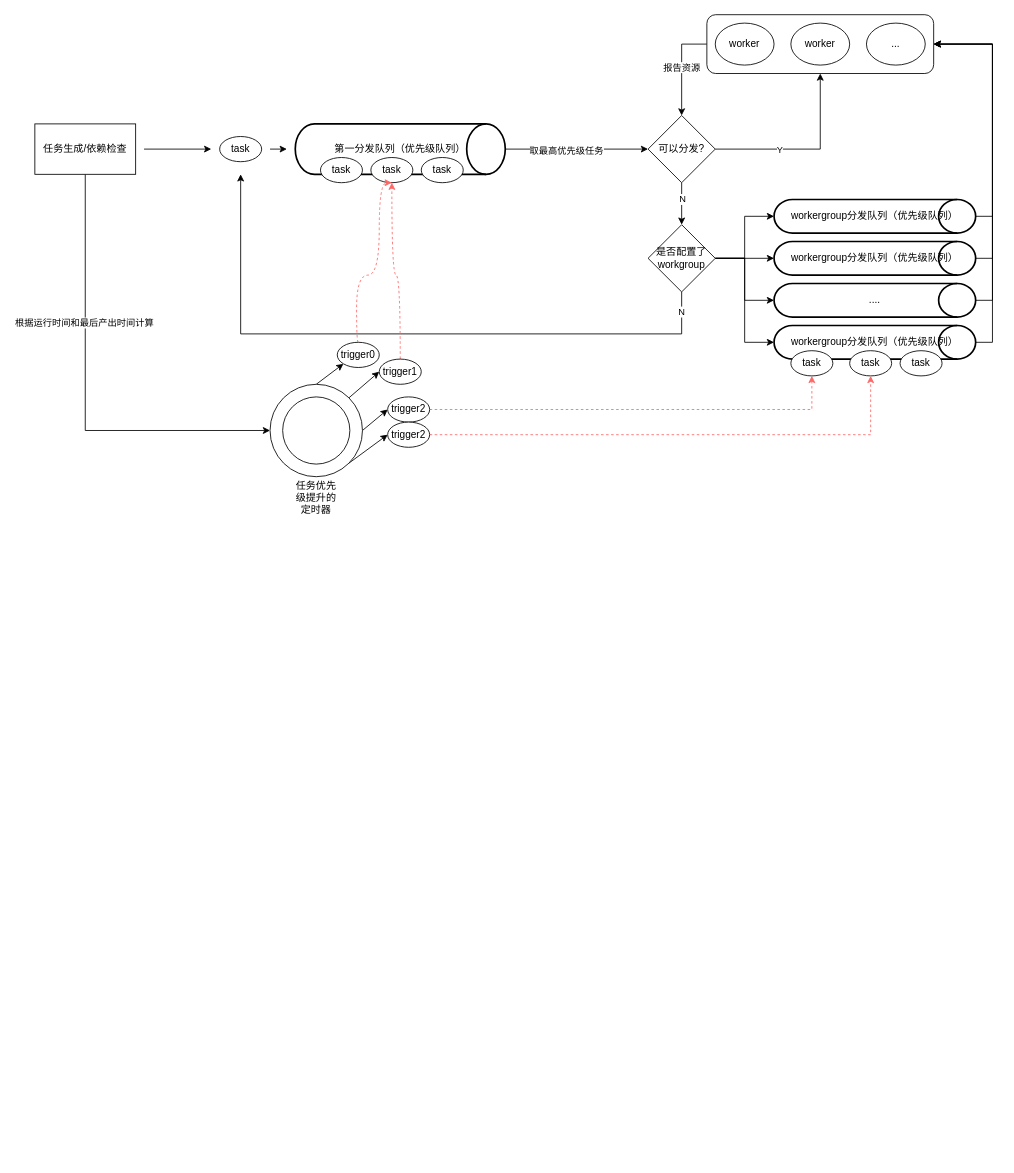
Above: 调度任务优先级.drawio in zhfk/drawo.io.mydiagrams (draw.io), before the change. Source tidied: cells renumbered, new cells numbered last; positions are measured from the earlier drawing's top-left corner, leaving out a move shared by most shapes. Both pictures are drawn from the tidied source at 84%, with x=0, y=0 at pixel (34, 14).
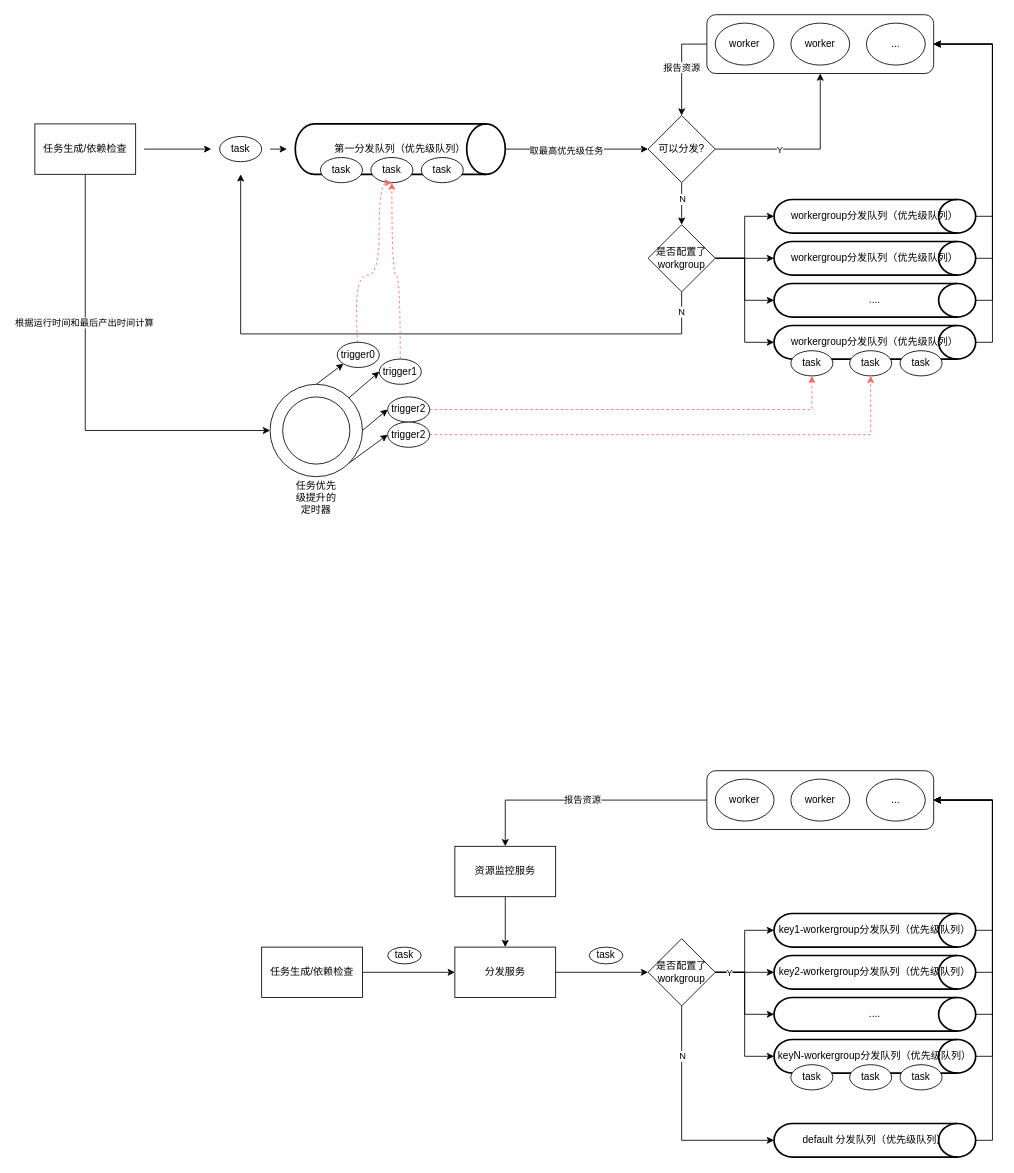
After the change.

Commit message:
更新调度任务优先级.drawio

Change to the diagram source:
```diff
@@
+    <mxCell id="57" value="报告资源" style="edgeStyle=orthogonalEdgeStyle;rounded=0;jettySize=auto;html=1;exitX=0;exitY=0.5;exitDx=0;exitDy=0;entryX=0.5;entryY=0;entryDx=0;entryDy=0;entryPerimeter=0;" parent="1" edge="1" source="58" target="88">
+      <mxGeometry relative="1" as="geometry">
+        <Array as="points">
+          <mxPoint x="560" y="935" />
+        </Array>
+      </mxGeometry>
+    </mxCell>
+    <mxCell id="58" style="rounded=1;whiteSpace=wrap;html=1;" parent="1" vertex="1">
+      <mxGeometry x="800" y="900" width="270" height="70" as="geometry" />
+    </mxCell>
+    <mxCell id="59" value="worker" style="ellipse;whiteSpace=wrap;html=1;" parent="1" vertex="1">
+      <mxGeometry x="810" y="910" width="70" height="50" as="geometry" />
+    </mxCell>
+    <mxCell id="60" value="worker" style="ellipse;whiteSpace=wrap;html=1;" parent="1" vertex="1">
+      <mxGeometry x="900" y="910" width="70" height="50" as="geometry" />
+    </mxCell>
+    <mxCell id="61" value="..." style="ellipse;whiteSpace=wrap;html=1;" parent="1" vertex="1">
+      <mxGeometry x="990" y="910" width="70" height="50" as="geometry" />
+    </mxCell>
+    <mxCell id="62" style="edgeStyle=orthogonalEdgeStyle;rounded=0;jettySize=auto;html=1;exitX=1;exitY=0.5;exitDx=0;exitDy=0;entryX=0;entryY=0.5;entryDx=0;entryDy=0;entryPerimeter=0;" parent="1" edge="1" source="69" target="77">
+      <mxGeometry relative="1" as="geometry" />
+    </mxCell>
+    <mxCell id="63" style="edgeStyle=orthogonalEdgeStyle;rounded=0;jettySize=auto;html=1;exitX=1;exitY=0.5;exitDx=0;exitDy=0;" parent="1" edge="1" source="69" target="71">
+      <mxGeometry relative="1" as="geometry" />
+    </mxCell>
+    <mxCell id="64" style="edgeStyle=orthogonalEdgeStyle;rounded=0;jettySize=auto;html=1;exitX=1;exitY=0.5;exitDx=0;exitDy=0;entryX=0;entryY=0.5;entryDx=0;entryDy=0;entryPerimeter=0;" parent="1" edge="1" source="69" target="79">
+      <mxGeometry relative="1" as="geometry" />
+    </mxCell>
+    <mxCell id="65" style="edgeStyle=orthogonalEdgeStyle;rounded=0;jettySize=auto;html=1;exitX=1;exitY=0.5;exitDx=0;exitDy=0;entryX=0;entryY=0.5;entryDx=0;entryDy=0;entryPerimeter=0;" parent="1" edge="1" source="69" target="75">
+      <mxGeometry relative="1" as="geometry" />
+    </mxCell>
+    <mxCell id="66" value="Y" style="edgeLabel;html=1;align=center;verticalAlign=middle;" parent="65" vertex="1">
+      <mxGeometry x="-0.81" relative="1" as="geometry" />
+    </mxCell>
+    <mxCell id="67" style="edgeStyle=orthogonalEdgeStyle;rounded=0;jettySize=auto;html=1;exitX=0.5;exitY=1;exitDx=0;exitDy=0;entryX=0;entryY=0.5;entryDx=0;entryDy=0;entryPerimeter=0;" parent="1" edge="1" source="69" target="84">
+      <mxGeometry relative="1" as="geometry" />
+    </mxCell>
+    <mxCell id="68" value="N" style="edgeLabel;html=1;align=center;verticalAlign=middle;" parent="67" vertex="1">
+      <mxGeometry x="-0.56" relative="1" as="geometry" />
+    </mxCell>
+    <mxCell id="69" value="是否配置了&lt;br&gt;workgroup" style="rhombus;whiteSpace=wrap;html=1;" parent="1" vertex="1">
+      <mxGeometry x="730" y="1100" width="80" height="80" as="geometry" />
+    </mxCell>
+    <mxCell id="70" style="edgeStyle=orthogonalEdgeStyle;rounded=0;jettySize=auto;html=1;exitX=1;exitY=0.5;exitDx=0;exitDy=0;exitPerimeter=0;entryX=1;entryY=0.5;entryDx=0;entryDy=0;" parent="1" edge="1" source="71" target="58">
+      <mxGeometry relative="1" as="geometry" />
+    </mxCell>
+    <mxCell id="71" value="key2-workergroup分发队列（优先级队列）" style="strokeWidth=2;html=1;shape=mxgraph.flowchart.direct_data;whiteSpace=wrap;" parent="1" vertex="1">
+      <mxGeometry x="880" y="1120" width="240" height="40" as="geometry" />
+    </mxCell>
+    <mxCell id="72" style="endArrow=classic;html=1;rounded=0;entryX=0;entryY=0.5;entryDx=0;entryDy=0;exitX=1;exitY=0.5;exitDx=0;exitDy=0;" parent="1" edge="1" source="73" target="86">
+      <mxGeometry relative="1" as="geometry" />
+    </mxCell>
+    <mxCell id="73" value="任务生成/依赖检查" style="rounded=0;whiteSpace=wrap;html=1;" parent="1" vertex="1">
+      <mxGeometry x="270" y="1110" width="120" height="60" as="geometry" />
+    </mxCell>
+    <mxCell id="74" style="edgeStyle=orthogonalEdgeStyle;rounded=0;jettySize=auto;html=1;exitX=1;exitY=0.5;exitDx=0;exitDy=0;exitPerimeter=0;entryX=1;entryY=0.5;entryDx=0;entryDy=0;" parent="1" edge="1" source="75" target="58">
+      <mxGeometry relative="1" as="geometry" />
+    </mxCell>
+    <mxCell id="75" value="keyN-workergroup分发队列（优先级队列）" style="strokeWidth=2;html=1;shape=mxgraph.flowchart.direct_data;whiteSpace=wrap;" parent="1" vertex="1">
+      <mxGeometry x="880" y="1220" width="240" height="40" as="geometry" />
+    </mxCell>
+    <mxCell id="76" style="edgeStyle=orthogonalEdgeStyle;rounded=0;jettySize=auto;html=1;exitX=1;exitY=0.5;exitDx=0;exitDy=0;exitPerimeter=0;entryX=1;entryY=0.5;entryDx=0;entryDy=0;" parent="1" edge="1" source="77" target="58">
+      <mxGeometry relative="1" as="geometry" />
+    </mxCell>
+    <mxCell id="77" value="key1-workergroup分发队列（优先级队列）" style="strokeWidth=2;html=1;shape=mxgraph.flowchart.direct_data;whiteSpace=wrap;" parent="1" vertex="1">
+      <mxGeometry x="880" y="1070" width="240" height="40" as="geometry" />
+    </mxCell>
+    <mxCell id="78" style="edgeStyle=orthogonalEdgeStyle;rounded=0;jettySize=auto;html=1;exitX=1;exitY=0.5;exitDx=0;exitDy=0;exitPerimeter=0;entryX=1;entryY=0.5;entryDx=0;entryDy=0;" parent="1" edge="1" source="79" target="58">
+      <mxGeometry relative="1" as="geometry" />
+    </mxCell>
+    <mxCell id="79" value="...." style="strokeWidth=2;html=1;shape=mxgraph.flowchart.direct_data;whiteSpace=wrap;" parent="1" vertex="1">
+      <mxGeometry x="880" y="1170" width="240" height="40" as="geometry" />
+    </mxCell>
+    <mxCell id="80" value="task" style="ellipse;whiteSpace=wrap;html=1;" parent="1" vertex="1">
+      <mxGeometry x="900" y="1250" width="50" height="30" as="geometry" />
+    </mxCell>
+    <mxCell id="81" value="task" style="ellipse;whiteSpace=wrap;html=1;" parent="1" vertex="1">
+      <mxGeometry x="970" y="1250" width="50" height="30" as="geometry" />
+    </mxCell>
+    <mxCell id="82" value="task" style="ellipse;whiteSpace=wrap;html=1;" parent="1" vertex="1">
+      <mxGeometry x="1030" y="1250" width="50" height="30" as="geometry" />
+    </mxCell>
+    <mxCell id="83" style="edgeStyle=orthogonalEdgeStyle;rounded=0;jettySize=auto;html=1;exitX=1;exitY=0.5;exitDx=0;exitDy=0;exitPerimeter=0;entryX=1;entryY=0.5;entryDx=0;entryDy=0;" parent="1" edge="1" source="84" target="58">
+      <mxGeometry relative="1" as="geometry" />
+    </mxCell>
+    <mxCell id="84" value="default 分发队列（优先级队列）" style="strokeWidth=2;html=1;shape=mxgraph.flowchart.direct_data;whiteSpace=wrap;" parent="1" vertex="1">
+      <mxGeometry x="880" y="1320" width="240" height="40" as="geometry" />
+    </mxCell>
+    <mxCell id="85" style="edgeStyle=orthogonalEdgeStyle;rounded=0;jettySize=auto;html=1;exitX=1;exitY=0.5;exitDx=0;exitDy=0;entryX=0;entryY=0.5;entryDx=0;entryDy=0;" parent="1" edge="1" source="86" target="69">
+      <mxGeometry relative="1" as="geometry" />
+    </mxCell>
+    <mxCell id="86" value="分发服务" style="rounded=0;whiteSpace=wrap;html=1;" parent="1" vertex="1">
+      <mxGeometry x="500" y="1110" width="120" height="60" as="geometry" />
+    </mxCell>
+    <mxCell id="87" style="edgeStyle=orthogonalEdgeStyle;rounded=0;jettySize=auto;html=1;exitX=0.5;exitY=1;exitDx=0;exitDy=0;entryX=0.5;entryY=0;entryDx=0;entryDy=0;" parent="1" edge="1" source="88" target="86">
+      <mxGeometry relative="1" as="geometry" />
+    </mxCell>
+    <mxCell id="88" value="资源监控服务" style="rounded=0;whiteSpace=wrap;html=1;" parent="1" vertex="1">
+      <mxGeometry x="500" y="990" width="120" height="60" as="geometry" />
+    </mxCell>
+    <mxCell id="89" value="task" style="ellipse;whiteSpace=wrap;html=1;" parent="1" vertex="1">
+      <mxGeometry x="420" y="1110" width="40" height="20" as="geometry" />
+    </mxCell>
+    <mxCell id="90" value="task" style="ellipse;whiteSpace=wrap;html=1;" parent="1" vertex="1">
+      <mxGeometry x="660" y="1110" width="40" height="20" as="geometry" />
+    </mxCell>
```
